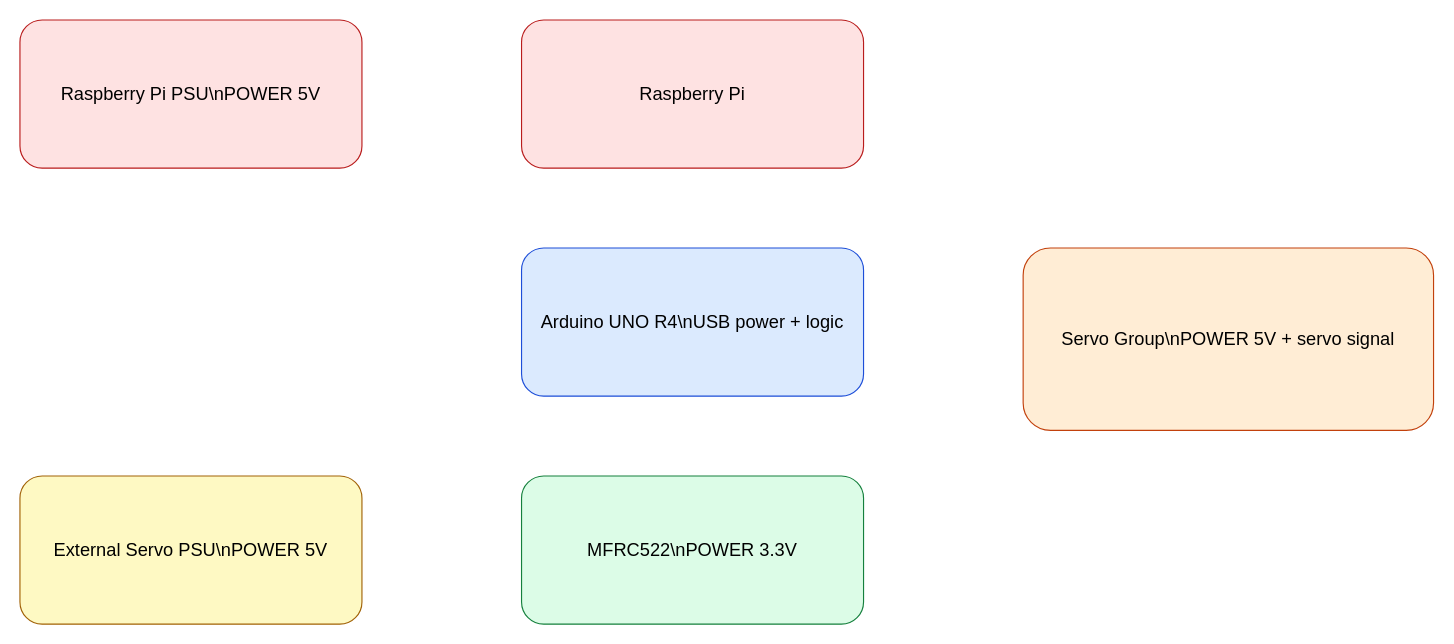
Before: docs/electrical/diagrams/power-distribution.drawio in atkinart/train-manager, a draw.io diagram. Source tidied: cells renumbered, new cells numbered last; positions are measured from the earlier drawing's top-left corner, leaving out a move shared by most shapes. Both pictures are drawn from the tidied source at 114%, with x=0, y=0 at pixel (19, 19).
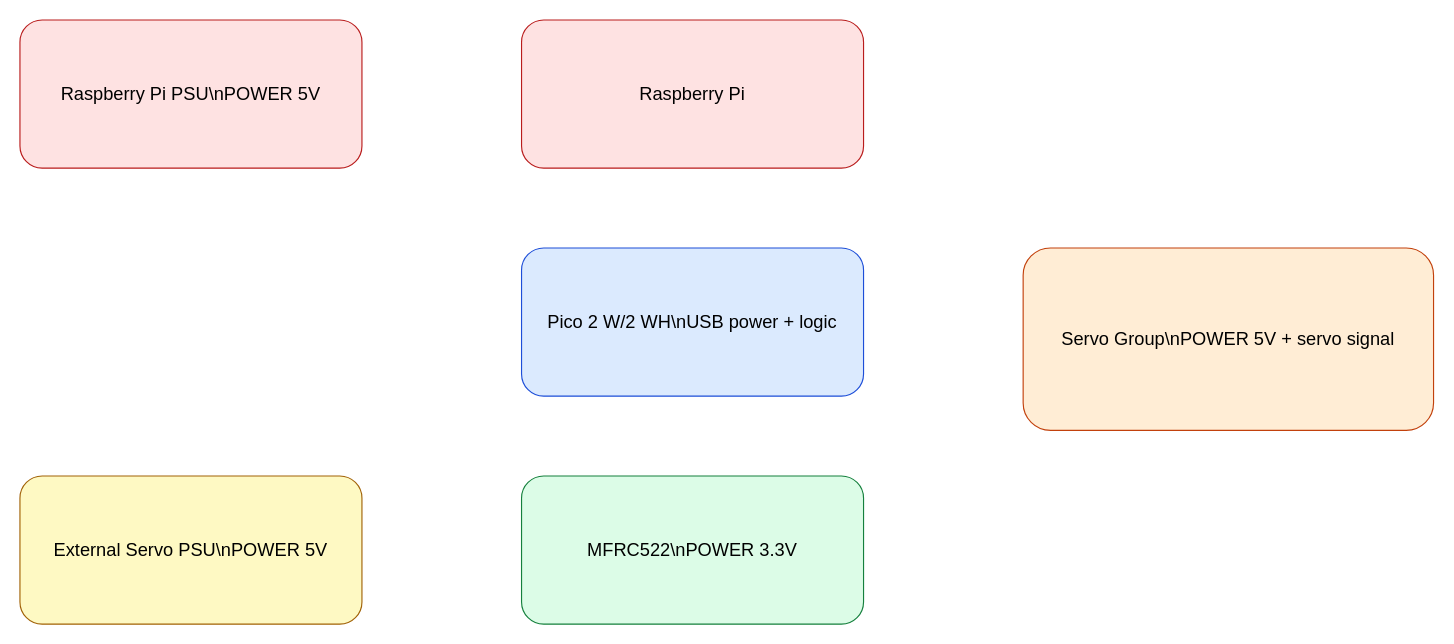
Above is the later version.

The edit, as a diff of the source:
```diff
@@
 <mxGraphModel>
   <root>
     <mxCell id="0" />
     <mxCell id="1" parent="0" />
     <mxCell id="2" value="Raspberry Pi PSU\nPOWER 5V" style="rounded=1;whiteSpace=wrap;html=1;fillColor=#fee2e2;strokeColor=#b91c1c;fontSize=16;" parent="1" vertex="1">
       <mxGeometry width="300" height="130" as="geometry" />
     </mxCell>
     <mxCell id="3" value="Raspberry Pi" style="rounded=1;whiteSpace=wrap;html=1;fillColor=#fee2e2;strokeColor=#b91c1c;fontSize=16;" parent="1" vertex="1">
       <mxGeometry x="440" width="300" height="130" as="geometry" />
     </mxCell>
-    <mxCell id="4" value="Arduino UNO R4\nUSB power + logic" style="rounded=1;whiteSpace=wrap;html=1;fillColor=#dbeafe;strokeColor=#1d4ed8;fontSize=16;" parent="1" vertex="1">
+    <mxCell id="4" value="Pico 2 W/2 WH\nUSB power + logic" style="rounded=1;whiteSpace=wrap;html=1;fillColor=#dbeafe;strokeColor=#1d4ed8;fontSize=16;" parent="1" vertex="1">
       <mxGeometry x="440" y="200" width="300" height="130" as="geometry" />
     </mxCell>
     <mxCell id="5" value="MFRC522\nPOWER 3.3V" style="rounded=1;whiteSpace=wrap;html=1;fillColor=#dcfce7;strokeColor=#15803d;fontSize=16;" parent="1" vertex="1">
       <mxGeometry x="440" y="400" width="300" height="130" as="geometry" />
     </mxCell>
     <mxCell id="6" value="External Servo PSU\nPOWER 5V" style="rounded=1;whiteSpace=wrap;html=1;fillColor=#fef9c3;strokeColor=#a16207;fontSize=16;" parent="1" vertex="1">
       <mxGeometry y="400" width="300" height="130" as="geometry" />
     </mxCell>
     <mxCell id="7" value="Servo Group\nPOWER 5V + servo signal" style="rounded=1;whiteSpace=wrap;html=1;fillColor=#ffedd5;strokeColor=#c2410c;fontSize=16;" parent="1" vertex="1">
       <mxGeometry x="880" y="200" width="360" height="160" as="geometry" />
     </mxCell>
   </root>
 </mxGraphModel>
```
